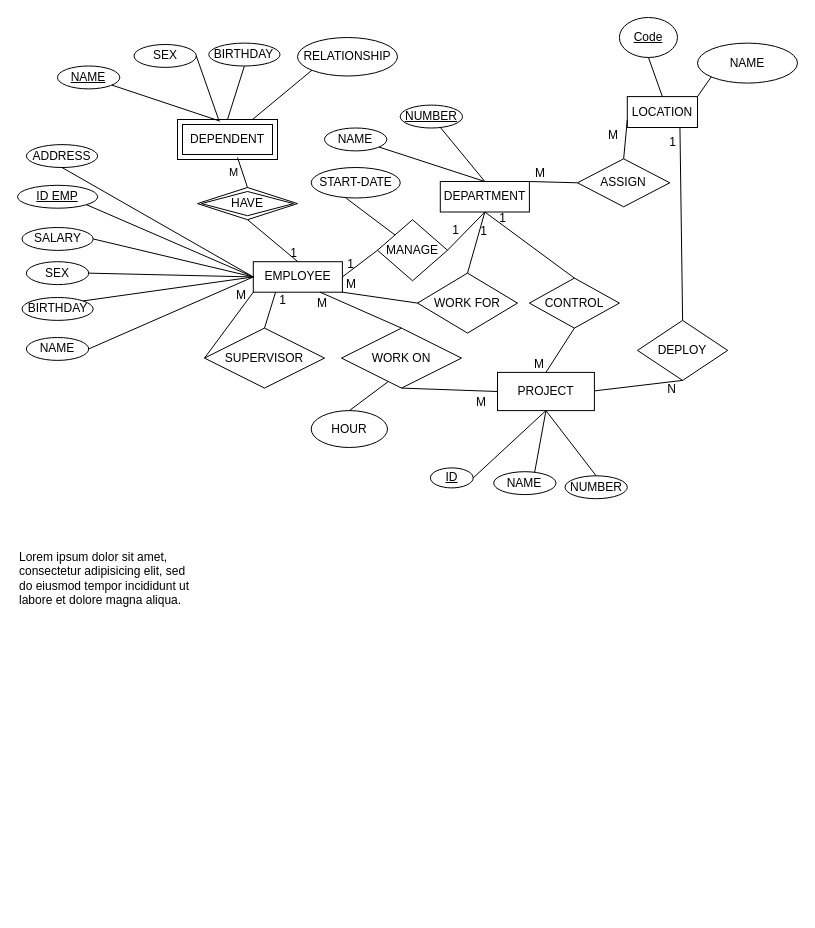
Phong004/DBI202 keeps this draw.io diagram as Chapter4/Example01.drawio. Above is the earlier version. Source tidied: cells renumbered, new cells numbered last; positions are measured from the earlier drawing's top-left corner, leaving out a move shared by most shapes. Both pictures are drawn from the tidied source at 100%, with x=0, y=0 at pixel (17, 17).
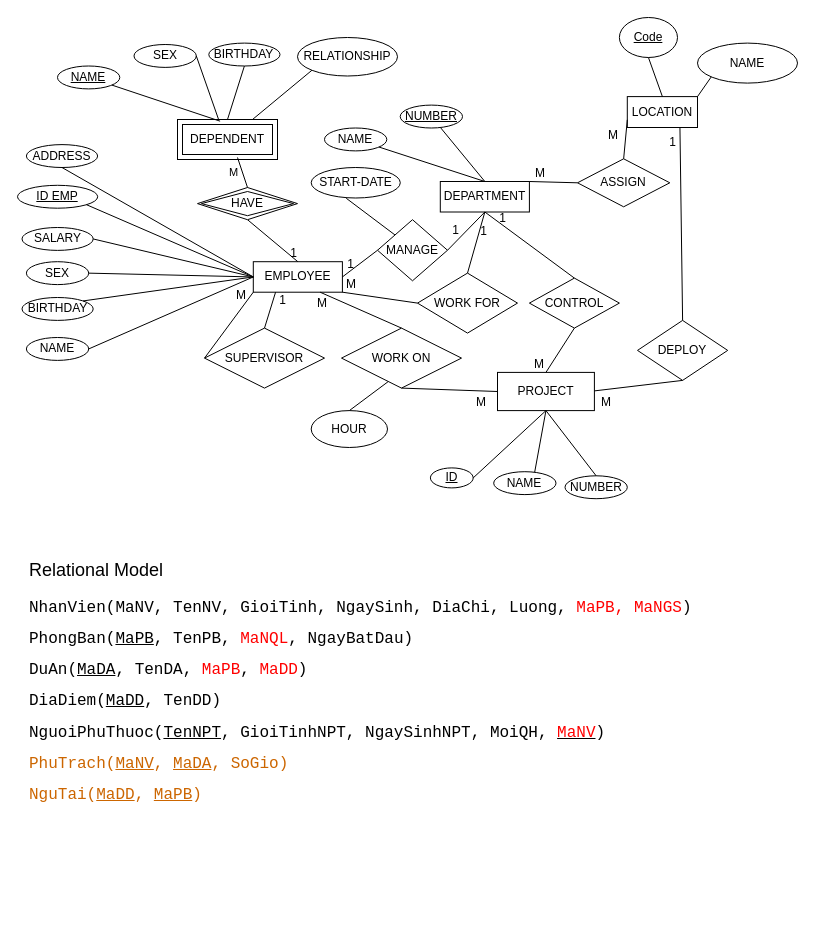
After the change.

The change refers to these unchanged cells:
```xml
<mxCell id="85" style="endArrow=none;html=1;rounded=0;entryX=0.5;entryY=1;entryDx=0;entryDy=0;" parent="2" edge="1" target="82">
  <mxGeometry relative="1" as="geometry">
    <mxPoint x="576.9" y="373.4" as="sourcePoint" />
  </mxGeometry>
</mxCell>
```

What changed in the source:
```diff
@@
-    <mxCell id="86" value="N" style="html=1;whiteSpace=wrap;align=right;verticalAlign=bottom;" parent="85" vertex="1">
+    <mxCell id="86" value="M" style="html=1;whiteSpace=wrap;align=right;verticalAlign=bottom;" parent="85" vertex="1">
       <mxGeometry x="1" relative="1" as="geometry">
-        <mxPoint x="-5" y="17" as="offset" />
+        <mxPoint x="-70" y="30" as="offset" />
       </mxGeometry>
     </mxCell>
-    <mxCell id="87" value="&lt;h1 style=&quot;margin-top: 0px;&quot;&gt;&lt;br&gt;&lt;/h1&gt;&lt;p&gt;Lorem ipsum dolor sit amet, consectetur adipisicing elit, sed do eiusmod tempor incididunt ut labore et dolore magna aliqua.&lt;/p&gt;" style="text;html=1;whiteSpace=wrap;overflow=hidden;rounded=0;" parent="1" vertex="1">
-      <mxGeometry y="481.2" width="180" height="120" as="geometry" />
+    <mxCell id="87" value="&lt;h1 style=&quot;margin-top: 0px;&quot;&gt;&lt;span style=&quot;font-weight: 400;&quot;&gt;&lt;font style=&quot;font-size: 18px;&quot;&gt;Relational Model&lt;/font&gt;&lt;/span&gt;&lt;/h1&gt;&lt;div&gt;&lt;pre style=&quot;margin-top: 0px;&quot;&gt;&lt;font style=&quot;font-size: 16px;&quot;&gt;&lt;font style=&quot;&quot;&gt;&lt;span style=&quot;background-color: initial; font-weight: normal;&quot;&gt;NhanVien(MaNV, TenNV, GioiTinh, NgaySinh, DiaChi, Luong,&amp;nbsp;&lt;font style=&quot;&quot; color=&quot;#ff0000&quot;&gt;MaPB, MaNGS&lt;/font&gt;&lt;/span&gt;&lt;span style=&quot;background-color: initial; font-weight: normal;&quot;&gt;)&lt;br&gt;&lt;/span&gt;&lt;/font&gt;&lt;/font&gt;&lt;pre&gt;&lt;font style=&quot;font-size: 16px;&quot;&gt;&lt;span style=&quot;font-weight: normal;&quot;&gt;&lt;font style=&quot;&quot;&gt;PhongBan(&lt;u style=&quot;&quot;&gt;MaPB&lt;/u&gt;, TenPB, &lt;font color=&quot;#ff0000&quot;&gt;MaNQL&lt;/font&gt;, NgayBatDau)&lt;/font&gt;&lt;/span&gt;&lt;/font&gt;&lt;/pre&gt;&lt;/pre&gt;&lt;pre style=&quot;margin-top: 0px;&quot;&gt;&lt;font style=&quot;font-size: 16px;&quot;&gt;&lt;span style=&quot;font-weight: normal;&quot;&gt;&lt;font style=&quot;&quot;&gt;DuAn(&lt;u&gt;MaDA&lt;/u&gt;, TenDA, &lt;font color=&quot;#ff0000&quot;&gt;MaPB&lt;/font&gt;, &lt;font color=&quot;#ff0000&quot;&gt;MaDD&lt;/font&gt;)&lt;/font&gt;&lt;/span&gt;&lt;/font&gt;&lt;/pre&gt;&lt;pre style=&quot;margin-top: 0px;&quot;&gt;&lt;span style=&quot;font-size: 16px;&quot;&gt;DiaDiem(&lt;u&gt;MaDD&lt;/u&gt;, TenDD)&lt;/span&gt;&lt;/pre&gt;&lt;pre style=&quot;margin-top: 0px;&quot;&gt;&lt;span style=&quot;font-size: 16px;&quot;&gt;NguoiPhuThuoc(&lt;u&gt;TenNPT&lt;/u&gt;, GioiTinhNPT, NgaySinhNPT, MoiQH, &lt;u&gt;&lt;font color=&quot;#ff0000&quot;&gt;MaNV&lt;/font&gt;&lt;/u&gt;)&lt;/span&gt;&lt;/pre&gt;&lt;pre style=&quot;margin-top: 0px;&quot;&gt;&lt;span style=&quot;font-size: 16px;&quot;&gt;&lt;font color=&quot;#cc6600&quot;&gt;PhuTrach(&lt;u style=&quot;&quot;&gt;MaNV&lt;/u&gt;, &lt;u style=&quot;&quot;&gt;MaDA&lt;/u&gt;, SoGio)&lt;/font&gt;&lt;/span&gt;&lt;/pre&gt;&lt;pre style=&quot;margin-top: 0px;&quot;&gt;&lt;span style=&quot;font-size: 16px;&quot;&gt;&lt;font color=&quot;#cc6600&quot;&gt;NguTai(&lt;u&gt;MaDD&lt;/u&gt;, &lt;u&gt;MaPB&lt;/u&gt;)&lt;/font&gt;&lt;/span&gt;&lt;/pre&gt;&lt;/div&gt;" style="text;html=1;whiteSpace=wrap;overflow=hidden;rounded=0;" parent="1" vertex="1">
+      <mxGeometry x="10" y="530" width="760" height="360" as="geometry" />
     </mxCell>
```
